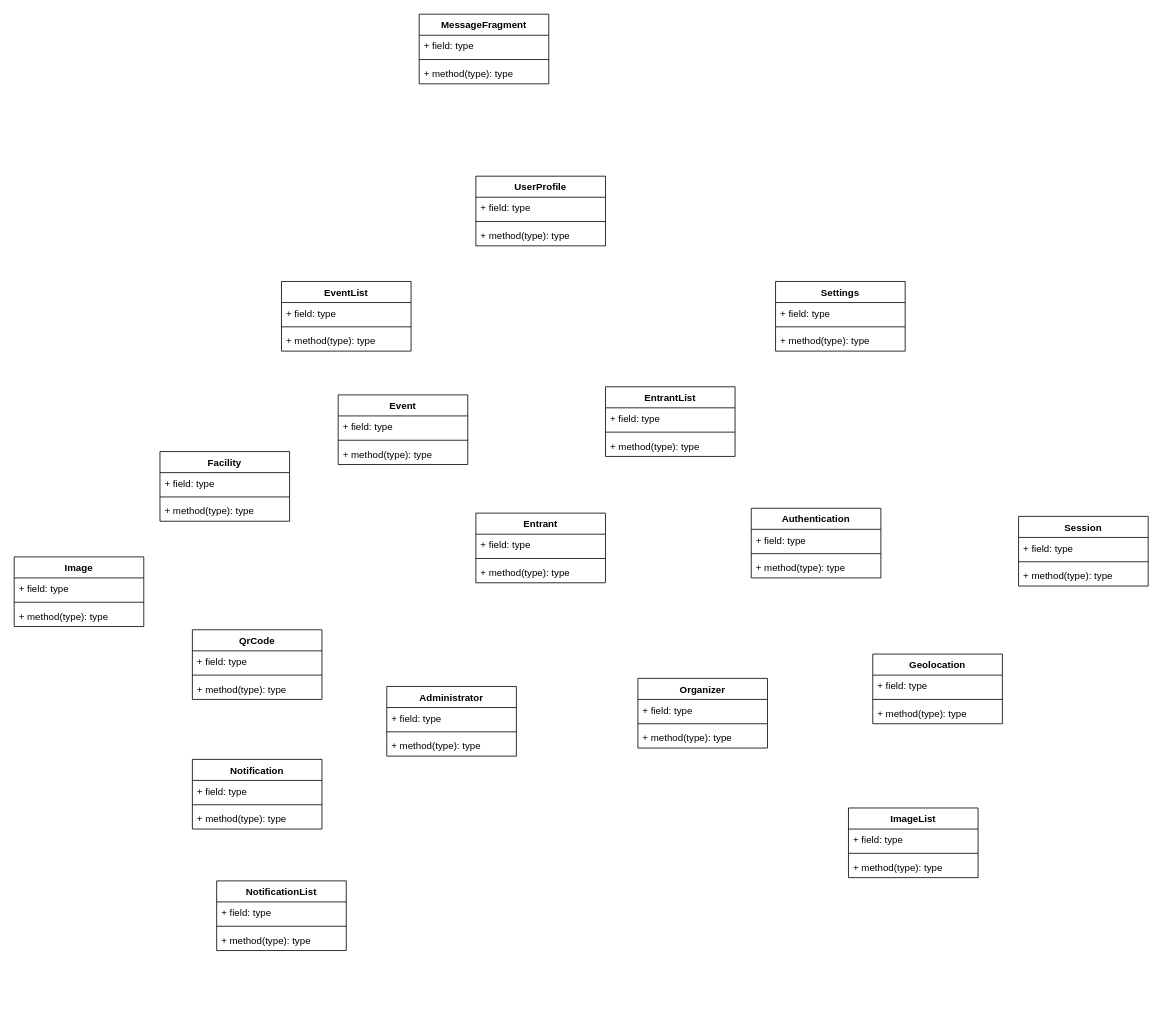
Above: doc/UML_Diagram.drawio in CMPUT301F24marill/marill-many-events (draw.io), before the change. Source tidied: cells renumbered, new cells numbered last; positions are measured from the earlier drawing's top-left corner, leaving out a move shared by most shapes. Both pictures are drawn from the tidied source at 81%, with x=0, y=0 at pixel (14, 14).
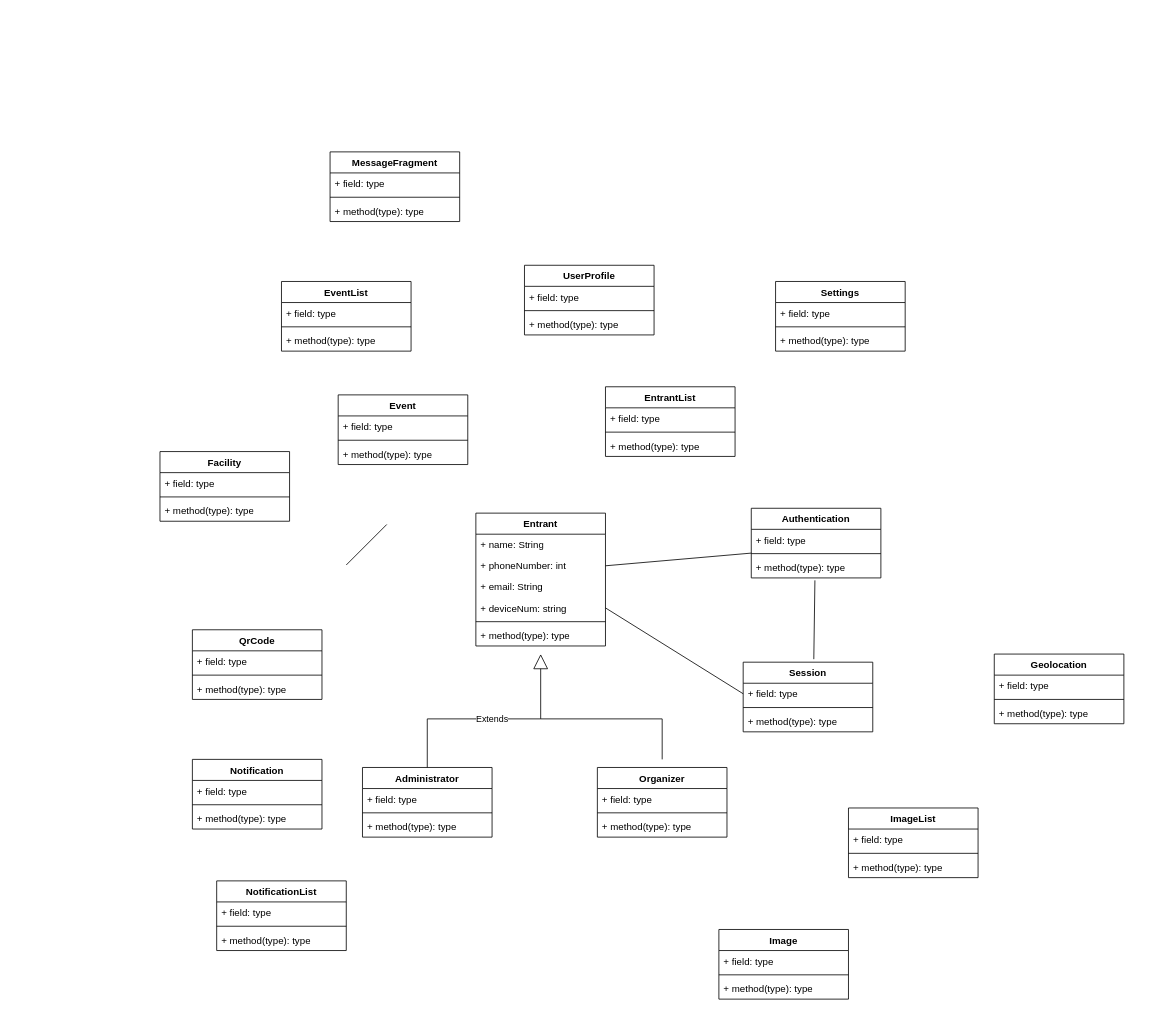
After the change.

Commit message (it also covers changes not shown here):
changed feedback to md, update uml

The change refers to these unchanged cells:
```xml
<mxCell id="23" value="+ field: type" style="text;strokeColor=none;fillColor=none;align=left;verticalAlign=top;spacingLeft=4;spacingRight=4;overflow=hidden;points=[[0,0.5],[1,0.5]];portConstraint=eastwest;whiteSpace=wrap;html=1;" parent="22" vertex="1">
  <mxGeometry y="26" width="160" height="26" as="geometry" />
</mxCell>
<mxCell id="25" value="+ method(type): type" style="text;strokeColor=none;fillColor=none;align=left;verticalAlign=top;spacingLeft=4;spacingRight=4;overflow=hidden;points=[[0,0.5],[1,0.5]];portConstraint=eastwest;whiteSpace=wrap;html=1;" parent="22" vertex="1">
  <mxGeometry y="60" width="160" height="26" as="geometry" />
</mxCell>
<mxCell id="35" value="+ field: type" style="text;strokeColor=none;fillColor=none;align=left;verticalAlign=top;spacingLeft=4;spacingRight=4;overflow=hidden;points=[[0,0.5],[1,0.5]];portConstraint=eastwest;whiteSpace=wrap;html=1;" parent="34" vertex="1">
  <mxGeometry y="26" width="160" height="26" as="geometry" />
</mxCell>
```

Diff of the diagram source:
```diff
@@
     <mxCell id="14" value="Geolocation" style="swimlane;fontStyle=1;align=center;verticalAlign=top;horizontal=1;startSize=26;whiteSpace=wrap;html=1;" parent="1" vertex="1">
-      <mxGeometry x="1060" y="790" width="160" height="86" as="geometry" />
+      <mxGeometry x="1210" y="790" width="160" height="86" as="geometry" />
     </mxCell>
@@
     <mxCell id="26" value="UserProfile" style="swimlane;fontStyle=1;align=center;verticalAlign=top;horizontal=1;startSize=26;whiteSpace=wrap;html=1;" parent="1" vertex="1">
-      <mxGeometry x="570" y="200" width="160" height="86" as="geometry" />
+      <mxGeometry x="630" y="310" width="160" height="86" as="geometry" />
     </mxCell>
@@
     <mxCell id="34" value="Session" style="swimlane;fontStyle=1;align=center;verticalAlign=top;horizontal=1;startSize=26;whiteSpace=wrap;html=1;" parent="1" vertex="1">
-      <mxGeometry x="1240" y="620" width="160" height="86" as="geometry" />
+      <mxGeometry x="900" y="800" width="160" height="86" as="geometry" />
     </mxCell>
@@
     <mxCell id="38" value="Administrator" style="swimlane;fontStyle=1;align=center;verticalAlign=top;horizontal=1;startSize=26;whiteSpace=wrap;html=1;" parent="1" vertex="1">
-      <mxGeometry x="460" y="830" width="160" height="86" as="geometry" />
+      <mxGeometry x="430" y="930" width="160" height="86" as="geometry" />
     </mxCell>
@@
     <mxCell id="42" value="Organizer" style="swimlane;fontStyle=1;align=center;verticalAlign=top;horizontal=1;startSize=26;whiteSpace=wrap;html=1;" parent="1" vertex="1">
-      <mxGeometry x="770" y="820" width="160" height="86" as="geometry" />
+      <mxGeometry x="720" y="930" width="160" height="86" as="geometry" />
     </mxCell>
@@
     <mxCell id="46" value="Image" style="swimlane;fontStyle=1;align=center;verticalAlign=top;horizontal=1;startSize=26;whiteSpace=wrap;html=1;" parent="1" vertex="1">
-      <mxGeometry y="670" width="160" height="86" as="geometry" />
+      <mxGeometry x="870" y="1130" width="160" height="86" as="geometry" />
     </mxCell>
@@
     <mxCell id="54" value="MessageFragment" style="swimlane;fontStyle=1;align=center;verticalAlign=top;horizontal=1;startSize=26;whiteSpace=wrap;html=1;" parent="1" vertex="1">
-      <mxGeometry x="500" width="160" height="86" as="geometry" />
+      <mxGeometry x="390" y="170" width="160" height="86" as="geometry" />
     </mxCell>
@@
     <mxCell id="58" value="Entrant" style="swimlane;fontStyle=1;align=center;verticalAlign=top;horizontal=1;startSize=26;whiteSpace=wrap;html=1;" parent="1" vertex="1">
-      <mxGeometry x="570" y="616" width="160" height="86" as="geometry" />
+      <mxGeometry x="570" y="616" width="160" height="164" as="geometry" />
     </mxCell>
-    <mxCell id="59" value="+ field: type" style="text;strokeColor=none;fillColor=none;align=left;verticalAlign=top;spacingLeft=4;spacingRight=4;overflow=hidden;whiteSpace=wrap;html=1;" parent="58" vertex="1">
+    <mxCell id="59" value="+ name: String" style="text;strokeColor=none;fillColor=none;align=left;verticalAlign=top;spacingLeft=4;spacingRight=4;overflow=hidden;whiteSpace=wrap;html=1;" parent="58" vertex="1">
       <mxGeometry y="26" width="160" height="26" as="geometry" />
     </mxCell>
+    <mxCell id="74" value="+ phoneNumber: int&lt;div&gt;&lt;br&gt;&lt;/div&gt;" style="text;strokeColor=none;fillColor=none;align=left;verticalAlign=top;spacingLeft=4;spacingRight=4;overflow=hidden;points=[[0,0.5],[1,0.5]];portConstraint=eastwest;whiteSpace=wrap;html=1;" parent="58" vertex="1">
+      <mxGeometry y="52" width="160" height="26" as="geometry" />
+    </mxCell>
+    <mxCell id="75" value="+ email: String" style="text;strokeColor=none;fillColor=none;align=left;verticalAlign=top;spacingLeft=4;spacingRight=4;overflow=hidden;whiteSpace=wrap;html=1;" parent="58" vertex="1">
+      <mxGeometry y="78" width="160" height="26" as="geometry" />
+    </mxCell>
+    <mxCell id="76" value="+ deviceNum: string" style="text;strokeColor=none;fillColor=none;align=left;verticalAlign=top;spacingLeft=4;spacingRight=4;overflow=hidden;points=[[0,0.5],[1,0.5]];portConstraint=eastwest;whiteSpace=wrap;html=1;" parent="58" vertex="1">
+      <mxGeometry y="104" width="160" height="26" as="geometry" />
+    </mxCell>
     <mxCell id="60" style="line;strokeWidth=1;fillColor=none;align=left;verticalAlign=middle;spacingTop=-1;spacingLeft=3;spacingRight=3;labelPosition=right;strokeColor=inherit;" parent="58" vertex="1">
-      <mxGeometry y="52" width="160" height="8" as="geometry" />
+      <mxGeometry y="130" width="160" height="8" as="geometry" />
     </mxCell>
     <mxCell id="61" value="+ method(type): type" style="text;strokeColor=none;fillColor=none;align=left;verticalAlign=top;spacingLeft=4;spacingRight=4;overflow=hidden;whiteSpace=wrap;html=1;" parent="58" vertex="1">
-      <mxGeometry y="60" width="160" height="26" as="geometry" />
+      <mxGeometry y="138" width="160" height="26" as="geometry" />
     </mxCell>
@@
+    <mxCell id="77" style="endArrow=none;html=1;rounded=0;" parent="1" edge="1">
+      <mxGeometry relative="1" as="geometry">
+        <mxPoint x="410" y="680" as="sourcePoint" />
+        <mxPoint x="460" y="630" as="targetPoint" />
+      </mxGeometry>
+    </mxCell>
+    <mxCell id="78" value="Extends" style="endArrow=block;endSize=16;endFill=0;html=1;rounded=0;exitX=0.5;exitY=0;exitDx=0;exitDy=0;" parent="1" edge="1" source="38">
+      <mxGeometry relative="1" as="geometry">
+        <mxPoint x="650" y="790" as="targetPoint" />
+        <Array as="points">
+          <mxPoint x="510" y="870" />
+          <mxPoint x="650" y="870" />
+        </Array>
+      </mxGeometry>
+    </mxCell>
+    <mxCell id="79" style="endArrow=none;html=1;rounded=0;" parent="1" edge="1">
+      <mxGeometry relative="1" as="geometry">
+        <mxPoint x="800" y="920" as="sourcePoint" />
+        <mxPoint x="650" y="870" as="targetPoint" />
+        <Array as="points">
+          <mxPoint x="800" y="870" />
+        </Array>
+      </mxGeometry>
+    </mxCell>
+    <mxCell id="80" style="endArrow=none;html=1;rounded=0;entryX=0.001;entryY=1.129;entryDx=0;entryDy=0;entryPerimeter=0;exitX=1;exitY=0.5;exitDx=0;exitDy=0;" parent="1" edge="1" source="74" target="23">
+      <mxGeometry relative="1" as="geometry" />
+    </mxCell>
+    <mxCell id="81" style="endArrow=none;html=1;rounded=0;entryX=1;entryY=0.5;entryDx=0;entryDy=0;exitX=0;exitY=0.5;exitDx=0;exitDy=0;" parent="1" edge="1" source="35" target="76">
+      <mxGeometry relative="1" as="geometry" />
+    </mxCell>
+    <mxCell id="82" style="endArrow=none;html=1;rounded=0;entryX=0.491;entryY=1.115;entryDx=0;entryDy=0;entryPerimeter=0;exitX=0.545;exitY=-0.043;exitDx=0;exitDy=0;exitPerimeter=0;" parent="1" edge="1" source="34" target="25">
+      <mxGeometry relative="1" as="geometry" />
+    </mxCell>
```
